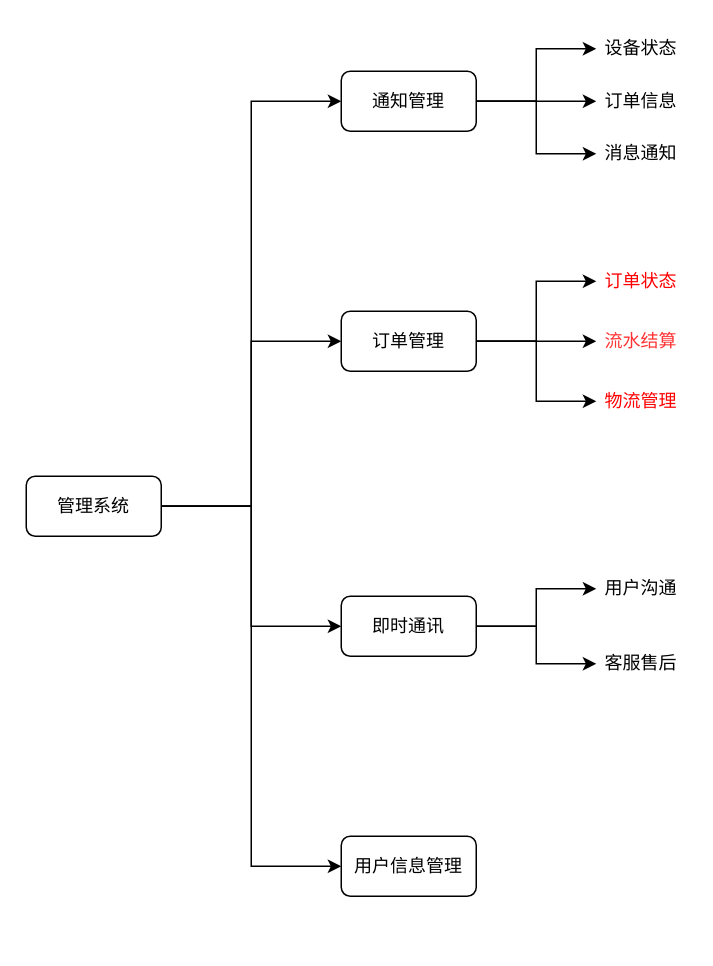
The draw.io diagram page "Page-2" (2 of 2) of Untitled Diagram.drawio in 1667/baiduapi, before the edit. Source tidied: cells renumbered, new cells numbered last; positions are measured from the earlier drawing's top-left corner, leaving out a move shared by most shapes. Both pictures are drawn from the tidied source at 150%, with x=0, y=0 at pixel (26, 26).
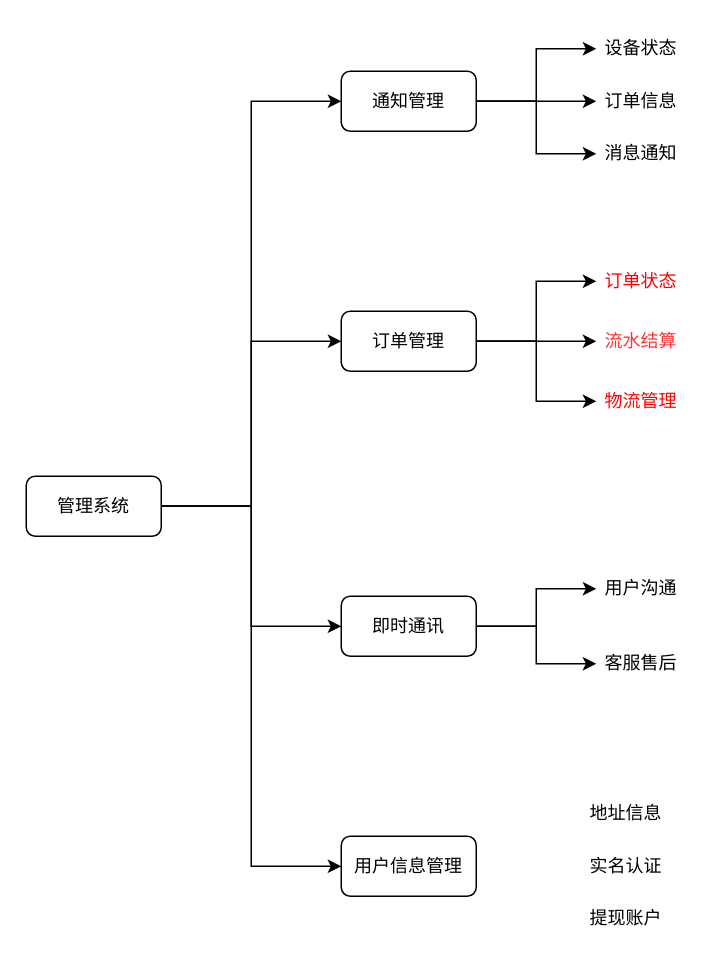
The same page after the edit.

The edit, as a diff of the source:
```diff
@@
+    <mxCell id="27" value="地址信息" style="text;html=1;strokeColor=none;fillColor=none;align=center;verticalAlign=middle;whiteSpace=wrap;rounded=0;fontSize=12;fontColor=#000000;" parent="1" vertex="1">
+      <mxGeometry x="370" y="510" width="60" height="30" as="geometry" />
+    </mxCell>
+    <mxCell id="28" value="实名认证" style="text;html=1;strokeColor=none;fillColor=none;align=center;verticalAlign=middle;whiteSpace=wrap;rounded=0;fontSize=12;fontColor=#000000;" parent="1" vertex="1">
+      <mxGeometry x="370" y="545" width="60" height="30" as="geometry" />
+    </mxCell>
+    <mxCell id="29" value="提现账户" style="text;html=1;strokeColor=none;fillColor=none;align=center;verticalAlign=middle;whiteSpace=wrap;rounded=0;fontSize=12;fontColor=#000000;" parent="1" vertex="1">
+      <mxGeometry x="370" y="580" width="60" height="30" as="geometry" />
+    </mxCell>
```
